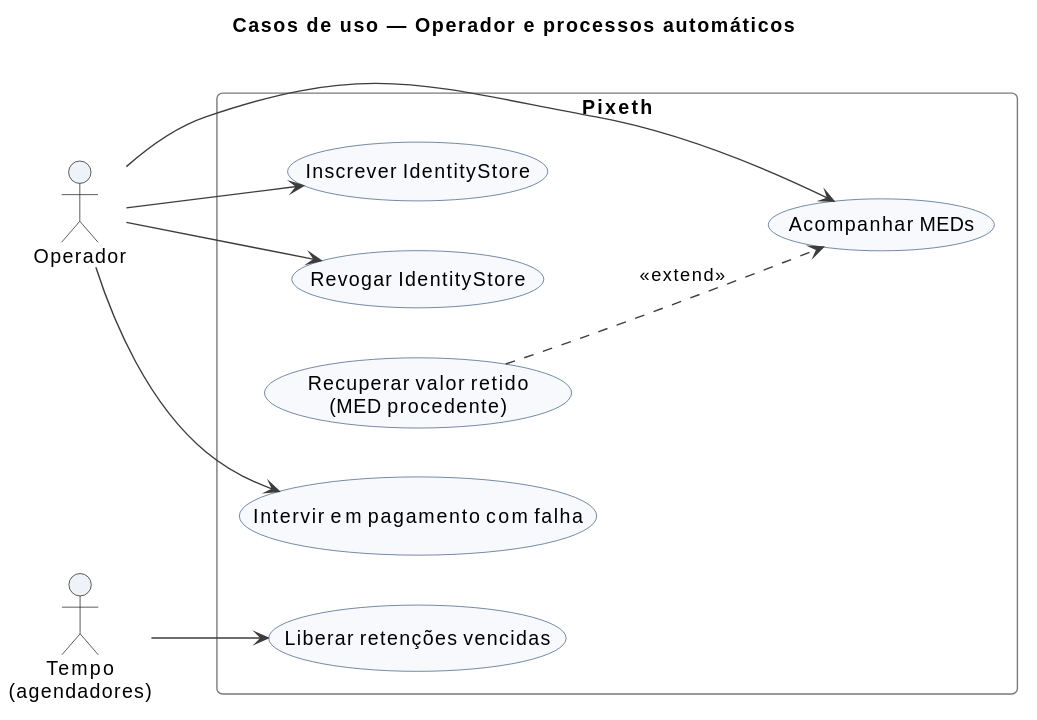
Earlier version of the PlantUML export docs/diagrams/svg/casos-de-uso/uc-operador.svg (BrunoViotto18/Pixeth). Its diagram source:
```plantuml
@startuml
!include ../_estilo.iuml

title Casos de uso — Operador e processos automáticos

left to right direction

actor "Operador" as O
actor "Tempo\n(agendadores)" as T

rectangle "Pixeth" {
  usecase "Inscrever IdentityStore" as UC_Inscrever
  usecase "Revogar IdentityStore" as UC_Revogar
  usecase "Acompanhar MEDs" as UC_Med
  usecase "Recuperar valor retido\n(MED procedente)" as UC_Recuperar
  usecase "Intervir em pagamento com falha" as UC_Intervir
  usecase "Liberar retenções vencidas" as UC_Liberar
}

O --> UC_Inscrever
O --> UC_Revogar
O --> UC_Med
O --> UC_Intervir
T --> UC_Liberar
UC_Recuperar ..> UC_Med : <<extend>>
@enduml
```
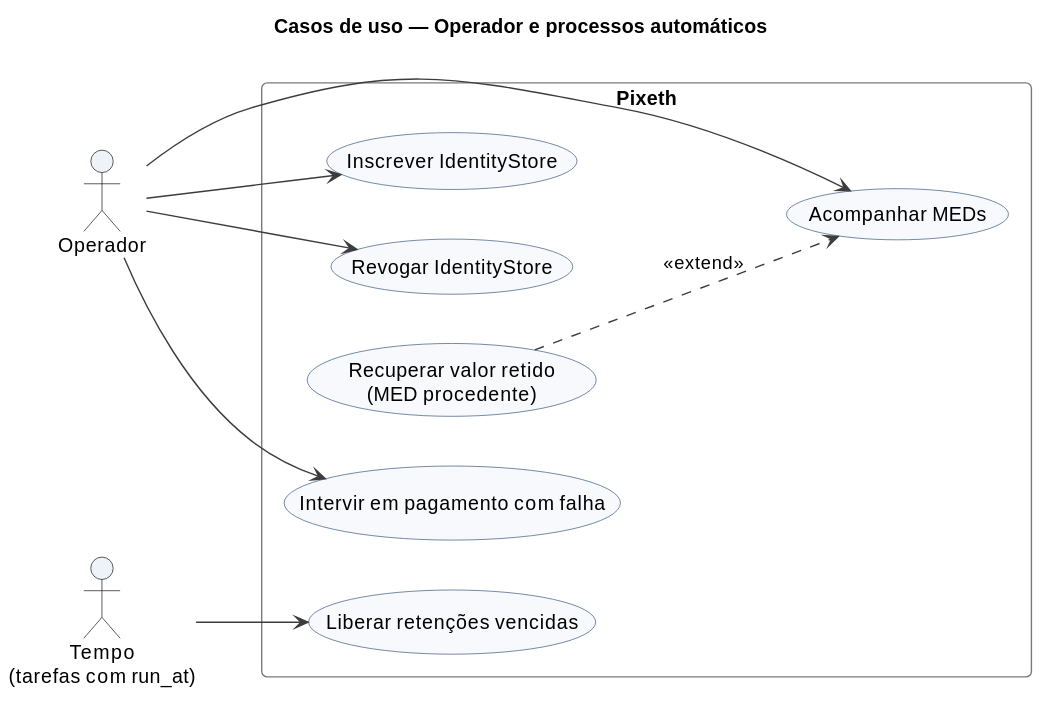
After the change.

Diff of the diagram source:
```diff
@@ -6,7 +6,7 @@
 left to right direction
 
 actor "Operador" as O
-actor "Tempo\n(agendadores)" as T
+actor "Tempo\n(tarefas com run_at)" as T
 
 rectangle "Pixeth" {
   usecase "Inscrever IdentityStore" as UC_Inscrever
```
